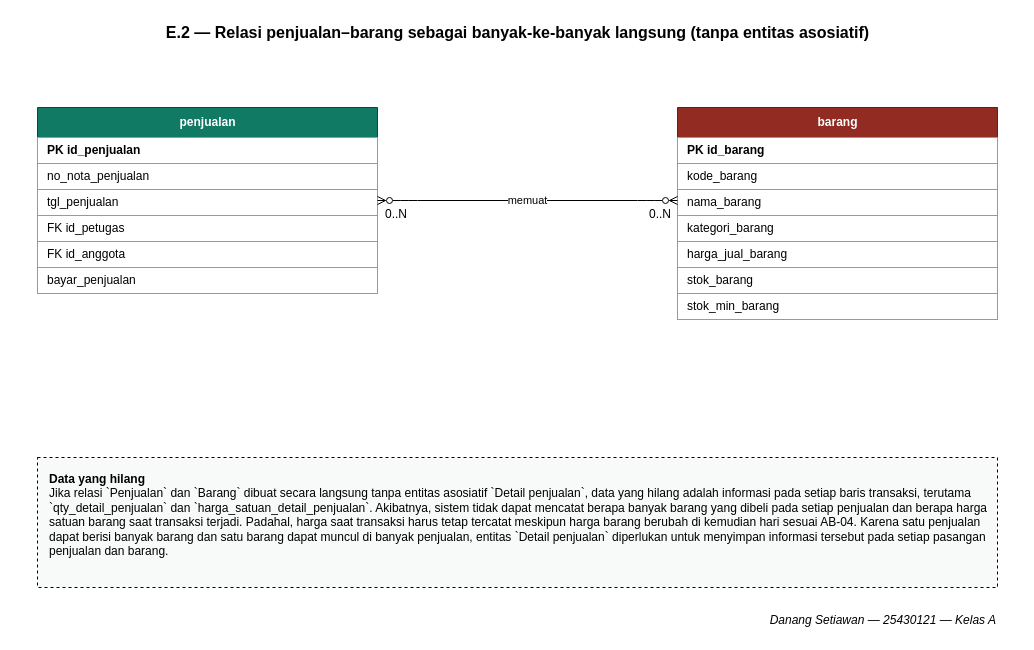
This is page "E2-banyak-ke-banyak" (2 of 2) of p03_erd_kopma_25430121.drawio from danangst250503-dot/basisdata-25430121, a draw.io file, before an edit. Source tidied: cells renumbered, new cells numbered last; positions are measured from the earlier drawing's top-left corner, leaving out a move shared by most shapes. Both pictures are drawn from the tidied source at 100%, with x=0, y=0 at pixel (17, 17).
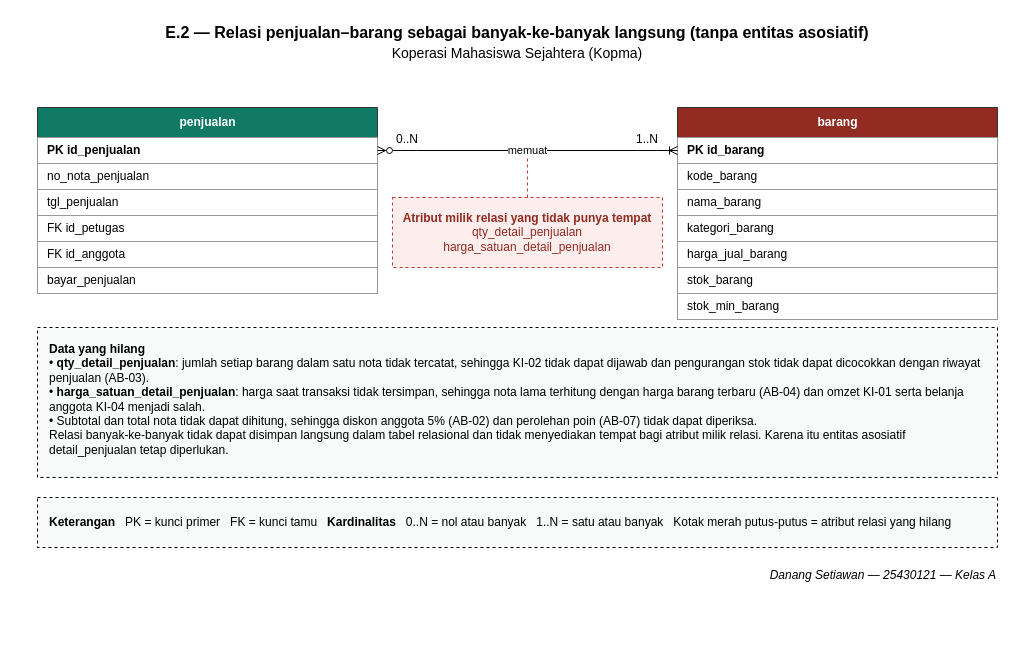
The same page after the edit.

Commit message (it also covers changes not shown here):
p03: perbaikan latihan E1 E2 dan garis relasi erd kopma

Unchanged cells that the change refers to:
```xml
<mxCell id="3" value="penjualan" style="swimlane;fontStyle=1;horizontal=1;startSize=30;height=26;html=1;fillColor=#117A65;fontColor=#ffffff;strokeColor=#333333;" parent="1" vertex="1">
  <mxGeometry x="20" y="90" width="340" height="186" as="geometry" />
</mxCell>
<mxCell id="4" value="PK      id_penjualan" style="text;strokeColor=#999999;fillColor=#ffffff;align=left;verticalAlign=middle;spacingLeft=8;fontColor=#000000;html=1;fontStyle=1;" parent="3" vertex="1">
  <mxGeometry y="30" width="340" height="26" as="geometry" />
</mxCell>
<mxCell id="11" value="PK      id_barang" style="text;strokeColor=#999999;fillColor=#ffffff;align=left;verticalAlign=middle;spacingLeft=8;fontColor=#000000;html=1;fontStyle=1;" parent="10" vertex="1">
  <mxGeometry y="30" width="320" height="26" as="geometry" />
</mxCell>
```

The edit, as a diff of the source:
```diff
@@
-    <mxCell id="2" value="E.2 — Relasi penjualan–barang sebagai banyak-ke-banyak langsung (tanpa entitas asosiatif)" style="text;html=1;align=center;verticalAlign=middle;fontSize=16;fontStyle=1;" parent="1" vertex="1">
-      <mxGeometry width="1000" height="30" as="geometry" />
+    <mxCell id="2" value="E.2 — Relasi penjualan–barang sebagai banyak-ke-banyak langsung (tanpa entitas asosiatif)&lt;br&gt;&lt;span style=&quot;font-size: 14px; font-weight: normal;&quot;&gt;Koperasi Mahasiswa Sejahtera (Kopma)&lt;/span&gt;" style="text;html=1;align=center;verticalAlign=middle;fontSize=16;fontStyle=1;whiteSpace=wrap;" parent="1" vertex="1">
+      <mxGeometry x="20" width="960" height="50" as="geometry" />
     </mxCell>
@@
-    <mxCell id="18" value="memuat" style="edgeStyle=entityRelationEdgeStyle;html=1;startArrow=ERzeroToMany;startFill=0;endArrow=ERzeroToMany;endFill=0;exitX=1;exitY=0.5;strokeWidth=1;" parent="1" edge="1" source="3">
-      <mxGeometry relative="1" as="geometry">
-        <mxPoint x="660" y="183" as="targetPoint" />
-      </mxGeometry>
+    <mxCell id="18" value="memuat" style="edgeStyle=entityRelationEdgeStyle;html=1;startArrow=ERzeroToMany;startFill=0;endArrow=ERoneToMany;endFill=0;exitX=1;exitY=0.5;exitDx=0;exitDy=0;entryX=0;entryY=0.5;entryDx=0;entryDy=0;strokeWidth=1;" parent="1" edge="1" source="4" target="11">
+      <mxGeometry relative="1" as="geometry" />
     </mxCell>
     <mxCell id="19" value="0..N" style="edgeLabel;html=1;fontSize=12;" parent="18" vertex="1">
       <mxGeometry x="-0.8" relative="1" as="geometry">
-        <mxPoint x="-24" as="offset" />
+        <mxPoint x="-13" y="-25" as="offset" />
       </mxGeometry>
     </mxCell>
-    <mxCell id="20" value="0..N" style="edgeLabel;html=1;fontSize=12;" parent="18" vertex="1">
-      <mxGeometry x="0.8" relative="1" as="geometry" />
+    <mxCell id="20" value="1..N" style="edgeLabel;html=1;fontSize=12;" parent="18" vertex="1">
+      <mxGeometry x="0.8" relative="1" as="geometry">
+        <mxPoint x="-13" y="-25" as="offset" />
+      </mxGeometry>
     </mxCell>
+    <mxCell id="23" value="&lt;b&gt;Atribut milik relasi yang tidak punya tempat&lt;/b&gt;&lt;br&gt;qty_detail_penjualan&lt;br&gt;harga_satuan_detail_penjualan" style="rounded=0;whiteSpace=wrap;html=1;dashed=1;strokeColor=#C0392B;fillColor=#FDEDEC;fontColor=#922B21;fontSize=12;align=center;verticalAlign=middle;" parent="1" vertex="1">
+      <mxGeometry x="375" y="180" width="270" height="70" as="geometry" />
+    </mxCell>
+    <mxCell id="24" style="endArrow=none;html=1;dashed=1;strokeColor=#C0392B;exitX=0.5;exitY=0;exitDx=0;exitDy=0;" parent="1" edge="1" source="23">
+      <mxGeometry relative="1" as="geometry">
+        <mxPoint x="510" y="141" as="targetPoint" />
+      </mxGeometry>
+    </mxCell>
-    <mxCell id="21" value="&lt;b&gt;Data yang hilang&lt;/b&gt;&lt;br&gt;Jika relasi `Penjualan` dan `Barang` dibuat secara langsung tanpa entitas asosiatif `Detail penjualan`, data yang hilang adalah informasi pada setiap baris transaksi, terutama `qty_detail_penjualan` dan `harga_satuan_detail_penjualan`. Akibatnya, sistem tidak dapat mencatat berapa banyak barang yang dibeli pada setiap penjualan dan berapa harga satuan barang saat transaksi terjadi. Padahal, harga saat transaksi harus tetap tercatat meskipun harga barang berubah di kemudian hari sesuai AB-04. Karena satu penjualan dapat berisi banyak barang dan satu barang dapat muncul di banyak penjualan, entitas `Detail penjualan` diperlukan untuk menyimpan informasi tersebut pada setiap pasangan penjualan dan barang." style="rounded=0;whiteSpace=wrap;html=1;align=left;verticalAlign=top;spacingLeft=10;spacingTop=8;dashed=1;fillColor=#F8F9F9;" parent="1" vertex="1">
-      <mxGeometry x="20" y="440" width="960" height="130" as="geometry" />
+    <mxCell id="21" value="&lt;b&gt;Data yang hilang&lt;/b&gt;&lt;br&gt;• &lt;b&gt;qty_detail_penjualan&lt;/b&gt;: jumlah setiap barang dalam satu nota tidak tercatat, sehingga KI-02 tidak dapat dijawab dan pengurangan stok tidak dapat dicocokkan dengan riwayat penjualan (AB-03).&lt;br&gt;• &lt;b&gt;harga_satuan_detail_penjualan&lt;/b&gt;: harga saat transaksi tidak tersimpan, sehingga nota lama terhitung dengan harga barang terbaru (AB-04) dan omzet KI-01 serta belanja anggota KI-04 menjadi salah.&lt;br&gt;• Subtotal dan total nota tidak dapat dihitung, sehingga diskon anggota 5% (AB-02) dan perolehan poin (AB-07) tidak dapat diperiksa.&lt;br&gt;Relasi banyak-ke-banyak tidak dapat disimpan langsung dalam tabel relasional dan tidak menyediakan tempat bagi atribut milik relasi. Karena itu entitas asosiatif detail_penjualan tetap diperlukan." style="rounded=0;whiteSpace=wrap;html=1;align=left;verticalAlign=top;spacingLeft=10;spacingTop=8;spacingRight=10;dashed=1;fillColor=#F8F9F9;" parent="1" vertex="1">
+      <mxGeometry x="20" y="310" width="960" height="150" as="geometry" />
     </mxCell>
+    <mxCell id="25" value="&lt;b&gt;Keterangan&lt;/b&gt;&amp;nbsp;&amp;nbsp; PK = kunci primer&amp;nbsp;&amp;nbsp; FK = kunci tamu&amp;nbsp;&amp;nbsp; &lt;b&gt;Kardinalitas&lt;/b&gt;&amp;nbsp;&amp;nbsp; 0..N = nol atau banyak&amp;nbsp;&amp;nbsp; 1..N = satu atau banyak&amp;nbsp;&amp;nbsp; Kotak merah putus-putus = atribut relasi yang hilang" style="rounded=0;whiteSpace=wrap;html=1;align=left;verticalAlign=middle;spacingLeft=10;dashed=1;fillColor=#F8F9F9;" parent="1" vertex="1">
+      <mxGeometry x="20" y="480" width="960" height="50" as="geometry" />
+    </mxCell>
     <mxCell id="22" value="Danang Setiawan — 25430121 — Kelas A" style="text;html=1;align=right;verticalAlign=middle;fontSize=12;fontStyle=2;" parent="1" vertex="1">
-      <mxGeometry x="580" y="590" width="400" height="26" as="geometry" />
+      <mxGeometry x="580" y="545" width="400" height="26" as="geometry" />
     </mxCell>
```
